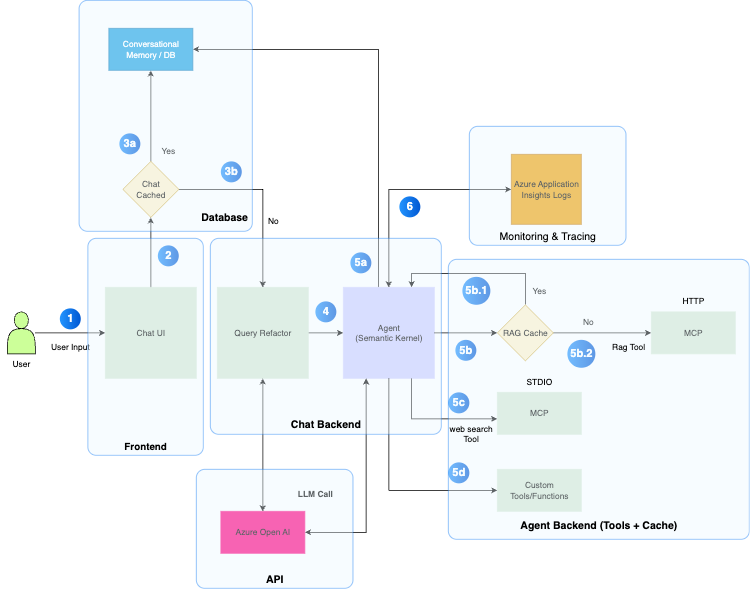
Before: assets/img/arch.png, a diagram exported from draw.io (RamGitRepo/portfolio). Source tidied: cells renumbered, new cells last; positions are measured from the earlier drawing's top-left corner, leaving out a move shared by most shapes.
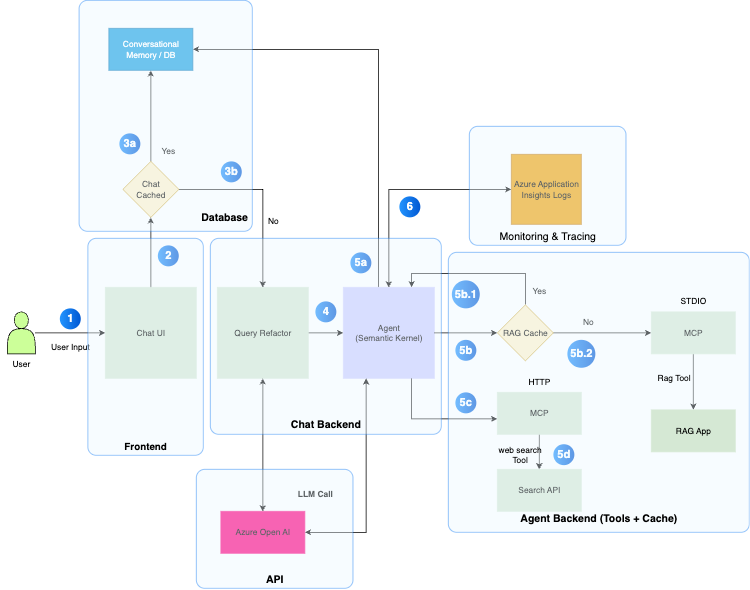
The same diagram one commit later.

Commit message:
architecture changes-HITL

Diff of the diagram source:
```diff
@@ -24,9 +24,15 @@
     <mxCell id="7" style="edgeStyle=orthogonalEdgeStyle;rounded=0;jettySize=auto;html=1;exitX=0.5;exitY=0;exitDx=0;exitDy=0;" parent="1" edge="1" source="24" target="12">
       <mxGeometry relative="1" as="geometry" />
     </mxCell>
+    <mxCell id="57" style="edgeStyle=none;rounded=0;jettySize=auto;html=1;" parent="1" edge="1" source="8" target="59">
+      <mxGeometry relative="1" as="geometry" />
+    </mxCell>
     <mxCell id="8" value="MCP" style="whiteSpace=wrap;html=1;fillColor=#D5E8D4;strokeColor=#D5E8D4;" parent="1" vertex="1">
       <mxGeometry x="930" y="445" width="120" height="60" as="geometry" />
     </mxCell>
+    <mxCell id="58" style="edgeStyle=none;rounded=0;jettySize=auto;html=1;" parent="1" edge="1" source="9" target="36">
+      <mxGeometry relative="1" as="geometry" />
+    </mxCell>
     <mxCell id="9" value="&lt;div&gt;MCP&lt;/div&gt;" style="whiteSpace=wrap;html=1;fillColor=#D5E8D4;strokeColor=#D5E8D4;" parent="1" vertex="1">
       <mxGeometry x="710" y="560" width="120" height="60" as="geometry" />
     </mxCell>
@@ -110,16 +116,13 @@
       <mxGeometry x="650" y="485" width="30" height="30" as="geometry" />
     </mxCell>
     <mxCell id="35" value="5c" style="ellipse;whiteSpace=wrap;html=1;rotation=0;gradientColor=#0057D2;strokeColor=none;gradientDirection=east;fillColor=#2395FF;rounded=0;fontFamily=Helvetica;fontSize=16;fontColor=#FFFFFF;spacingTop=4;spacingBottom=4;spacingLeft=4;spacingRight=4;fontStyle=1;" parent="1" vertex="1">
-      <mxGeometry x="640" y="560" width="30" height="30" as="geometry" />
+      <mxGeometry x="650" y="560" width="30" height="30" as="geometry" />
     </mxCell>
-    <mxCell id="36" value="Custom Tools/Functions" style="whiteSpace=wrap;html=1;fillColor=#D5E8D4;strokeColor=#D5E8D4;" parent="1" vertex="1">
+    <mxCell id="36" value="Search API" style="whiteSpace=wrap;html=1;fillColor=#D5E8D4;strokeColor=#D5E8D4;" parent="1" vertex="1">
       <mxGeometry x="710" y="670" width="120" height="60" as="geometry" />
     </mxCell>
-    <mxCell id="37" style="edgeStyle=orthogonalEdgeStyle;rounded=0;jettySize=auto;html=1;entryX=0;entryY=0.5;entryDx=0;entryDy=0;exitX=0.5;exitY=1;exitDx=0;exitDy=0;" parent="1" edge="1" source="4" target="36">
-      <mxGeometry relative="1" as="geometry" />
-    </mxCell>
     <mxCell id="38" value="5d" style="ellipse;whiteSpace=wrap;html=1;rotation=0;gradientColor=#0057D2;strokeColor=none;gradientDirection=east;fillColor=#2395FF;rounded=0;fontFamily=Helvetica;fontSize=16;fontColor=#FFFFFF;spacingTop=4;spacingBottom=4;spacingLeft=4;spacingRight=4;fontStyle=1;" parent="1" vertex="1">
-      <mxGeometry x="640" y="660" width="30" height="30" as="geometry" />
+      <mxGeometry x="790" y="634" width="30" height="30" as="geometry" />
     </mxCell>
     <mxCell id="39" value="6" style="ellipse;whiteSpace=wrap;html=1;rotation=0;gradientColor=#0057D2;strokeColor=none;gradientDirection=east;fillColor=#2395FF;rounded=0;fontFamily=Helvetica;fontSize=16;fontColor=#FFFFFF;spacingTop=4;spacingBottom=4;spacingLeft=4;spacingRight=4;fontStyle=1;" parent="1" vertex="1">
       <mxGeometry x="570" y="280" width="30" height="30" as="geometry" />
@@ -139,7 +142,7 @@
       <mxGeometry x="810" y="445" width="60" height="30" as="geometry" />
     </mxCell>
     <mxCell id="43" value="5b.1" style="ellipse;whiteSpace=wrap;html=1;rotation=0;gradientColor=#0057D2;strokeColor=none;gradientDirection=east;fillColor=#2395FF;rounded=0;fontFamily=Helvetica;fontSize=16;fontColor=#FFFFFF;spacingTop=4;spacingBottom=4;spacingLeft=4;spacingRight=4;fontStyle=1;" parent="1" vertex="1">
-      <mxGeometry x="660" y="395" width="40" height="40" as="geometry" />
+      <mxGeometry x="645" y="400" width="40" height="40" as="geometry" />
     </mxCell>
     <mxCell id="44" value="5b.2" style="ellipse;whiteSpace=wrap;html=1;rotation=0;gradientColor=#0057D2;strokeColor=none;gradientDirection=east;fillColor=#2395FF;rounded=0;fontFamily=Helvetica;fontSize=16;fontColor=#FFFFFF;spacingTop=4;spacingBottom=4;spacingLeft=4;spacingRight=4;fontStyle=1;" parent="1" vertex="1">
       <mxGeometry x="810" y="485" width="40" height="40" as="geometry" />
@@ -166,19 +169,22 @@
       <mxGeometry x="280" y="670" width="223.8" height="170" as="geometry" />
     </mxCell>
     <mxCell id="52" value="&lt;div&gt;&lt;br&gt;&lt;/div&gt;&lt;div&gt;&lt;br&gt;&lt;/div&gt;&lt;div&gt;&lt;br&gt;&lt;/div&gt;&lt;div&gt;&lt;br&gt;&lt;/div&gt;&lt;div&gt;&lt;br&gt;&lt;/div&gt;&lt;div&gt;&lt;br&gt;&lt;/div&gt;&lt;div&gt;&lt;br&gt;&lt;/div&gt;&lt;div&gt;&lt;br&gt;&lt;/div&gt;&lt;div&gt;&lt;br&gt;&lt;/div&gt;&lt;div&gt;&lt;br&gt;&lt;/div&gt;&lt;div&gt;&lt;br&gt;&lt;/div&gt;&lt;div&gt;&lt;br&gt;&lt;/div&gt;&lt;div&gt;&lt;br&gt;&lt;/div&gt;&lt;div&gt;&lt;br&gt;&lt;/div&gt;&lt;div&gt;&lt;br&gt;&lt;/div&gt;&lt;div&gt;&lt;br&gt;&lt;/div&gt;&lt;div&gt;&lt;br&gt;&lt;/div&gt;&lt;div&gt;&lt;br&gt;&lt;/div&gt;&lt;div&gt;&lt;br&gt;&lt;/div&gt;&lt;div&gt;&lt;br&gt;&lt;/div&gt;&lt;div&gt;&lt;br&gt;&lt;/div&gt;&lt;div&gt;&lt;br&gt;&lt;/div&gt;&lt;div&gt;&lt;br&gt;&lt;/div&gt;&lt;div&gt;&lt;br&gt;&lt;/div&gt;&lt;div&gt;&lt;br&gt;&lt;/div&gt;&lt;div&gt;&lt;b&gt;&lt;font style=&quot;font-size: 15px; color: light-dark(rgb(0, 0, 0), rgb(153, 0, 77));&quot;&gt;Agent Backend (Tools + Cache)&lt;/font&gt;&lt;/b&gt;&lt;/div&gt;" style="rounded=1;whiteSpace=wrap;html=1;strokeColor=#0070F2;fillColor=#EBF8FF;arcSize=24;absoluteArcSize=1;imageWidth=64;imageHeight=64;strokeWidth=1.5;opacity=40;" parent="1" vertex="1">
-      <mxGeometry x="640" y="370" width="430" height="400" as="geometry" />
+      <mxGeometry x="640" y="360" width="430" height="400" as="geometry" />
     </mxCell>
-    <mxCell id="53" value="HTTP" style="text;html=1;align=center;verticalAlign=middle;whiteSpace=wrap;rounded=0;" parent="1" vertex="1">
+    <mxCell id="53" value="STDIO" style="text;html=1;align=center;verticalAlign=middle;whiteSpace=wrap;rounded=0;" parent="1" vertex="1">
       <mxGeometry x="960" y="415" width="60" height="30" as="geometry" />
     </mxCell>
-    <mxCell id="54" value="STDIO" style="text;html=1;align=center;verticalAlign=middle;whiteSpace=wrap;rounded=0;" parent="1" vertex="1">
+    <mxCell id="54" value="HTTP" style="text;html=1;align=center;verticalAlign=middle;whiteSpace=wrap;rounded=0;" parent="1" vertex="1">
       <mxGeometry x="740" y="530" width="60" height="30" as="geometry" />
     </mxCell>
     <mxCell id="55" value="web search Tool" style="text;html=1;align=center;verticalAlign=middle;whiteSpace=wrap;rounded=0;" parent="1" vertex="1">
-      <mxGeometry x="640" y="604" width="65" height="30" as="geometry" />
+      <mxGeometry x="710" y="634" width="65" height="30" as="geometry" />
     </mxCell>
     <mxCell id="56" value="Rag Tool" style="text;html=1;align=center;verticalAlign=middle;whiteSpace=wrap;rounded=0;" parent="1" vertex="1">
-      <mxGeometry x="865" y="480" width="65" height="30" as="geometry" />
+      <mxGeometry x="930" y="525" width="65" height="30" as="geometry" />
     </mxCell>
+    <mxCell id="59" value="RAG App" style="whiteSpace=wrap;html=1;fillColor=#D5E8D4;strokeColor=#D5E8D4;" parent="1" vertex="1">
+      <mxGeometry x="930" y="585" width="120" height="60" as="geometry" />
+    </mxCell>
   </root>
 </mxGraphModel>
```
